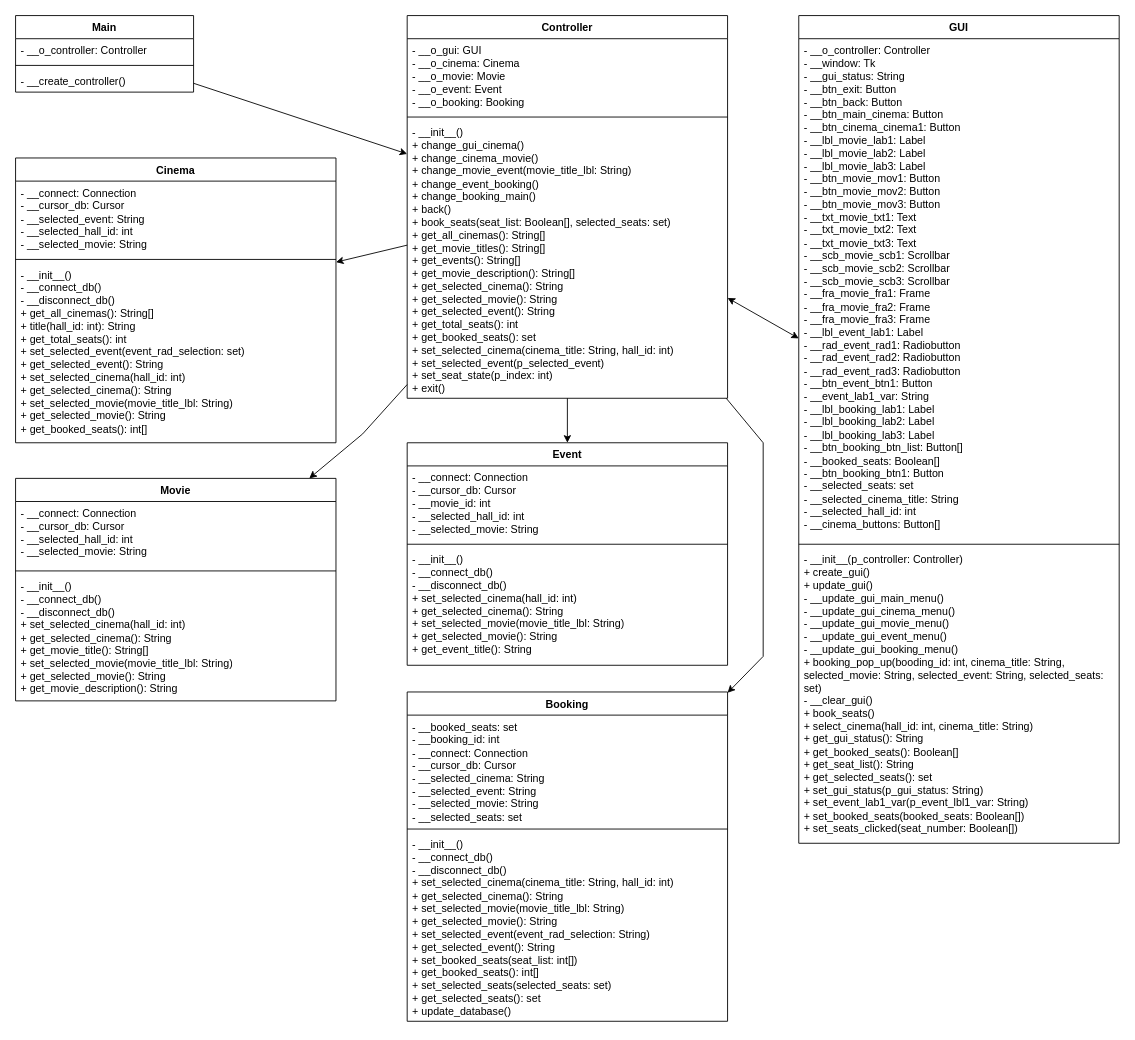
Before: Klassendiagramm Kinobuchungsprogramm.drawio in SirPatschiii/Kinobuchungsprogramm, a draw.io diagram. Source tidied: cells renumbered, new cells numbered last; positions are measured from the earlier drawing's top-left corner, leaving out a move shared by most shapes. Both pictures are drawn from the tidied source at 89%, with x=0, y=0 at pixel (15, 15).
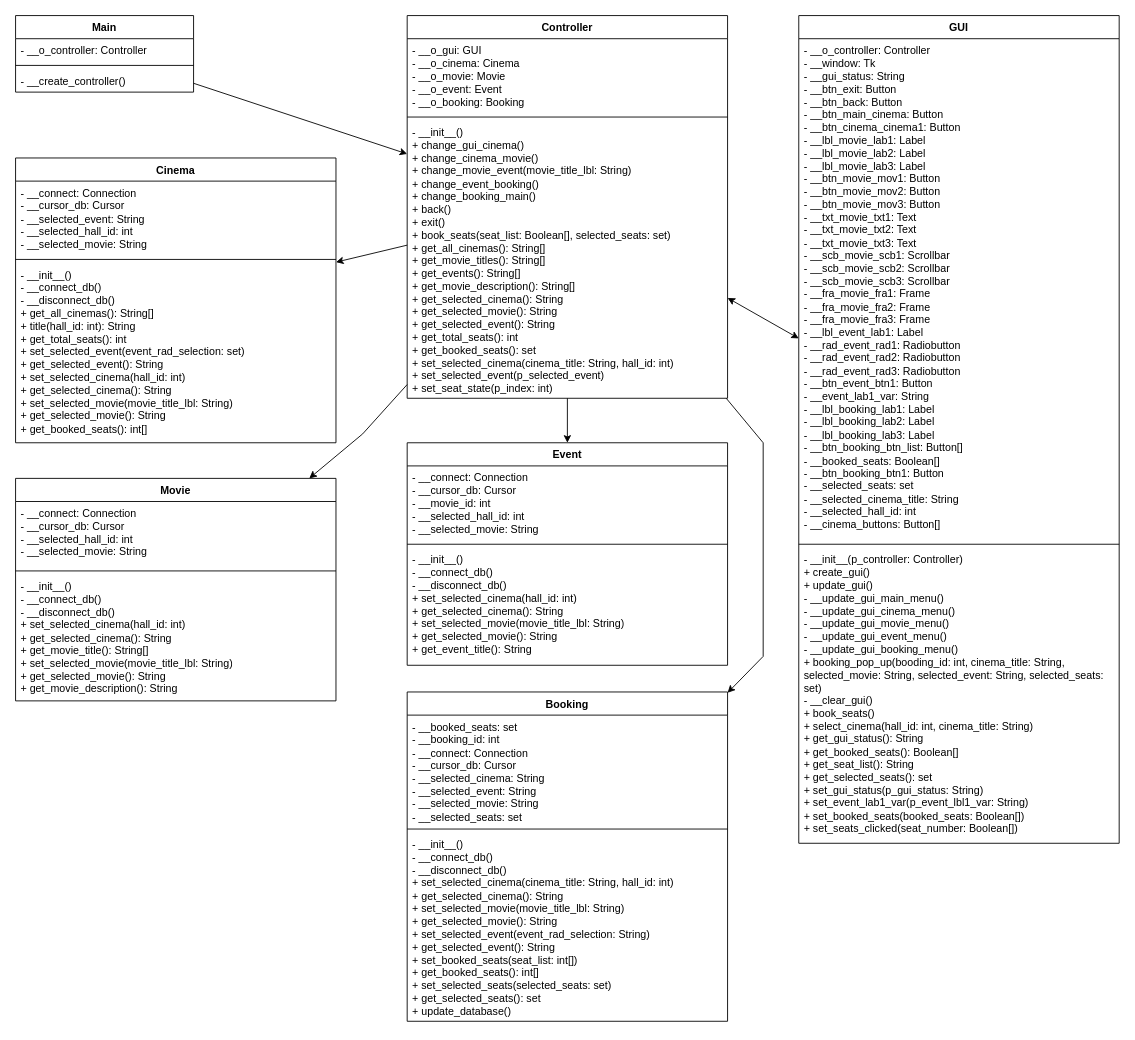
After the change.

Unchanged cells that the change refers to:
```xml
<mxCell id="2" value="Controller" style="swimlane;fontStyle=1;align=center;verticalAlign=top;horizontal=1;startSize=26;whiteSpace=wrap;html=1;" parent="1" vertex="1">
  <mxGeometry x="440" width="360" height="430" as="geometry" />
</mxCell>
```

Diff of the diagram source:
```diff
@@
-    <mxCell id="5" value="- __init__()&lt;br&gt;+ change_gui_cinema()&lt;br&gt;+ change_cinema_movie()&lt;br&gt;+ change_movie_event(movie_title_lbl: String)&lt;br&gt;+ change_event_booking()&lt;br&gt;+ change_booking_main()&lt;br&gt;+ back()&lt;br&gt;+ book_seats(seat_list: Boolean[], selected_seats: set)&lt;br&gt;+ get_all_cinemas(): String[]&lt;br&gt;+ get_movie_titles(): String[]&lt;br&gt;+ get_events(): String[]&lt;br&gt;+ get_movie_description(): String[]&lt;br&gt;+ get_selected_cinema(): String&lt;br&gt;+ get_selected_movie(): String&lt;br&gt;+ get_selected_event(): String&lt;br&gt;+ get_total_seats(): int&lt;br&gt;+ get_booked_seats(): set&lt;br&gt;+ set_selected_cinema(cinema_title: String, hall_id: int)&lt;br&gt;+ set_selected_event(p_selected_event)&lt;br&gt;+ set_seat_state(p_index: int)&lt;br&gt;+ exit()" style="text;strokeColor=none;fillColor=none;align=left;verticalAlign=top;spacingLeft=4;spacingRight=4;overflow=hidden;whiteSpace=wrap;html=1;" parent="2" vertex="1">
+    <mxCell id="5" value="- __init__()&lt;br&gt;+ change_gui_cinema()&lt;br&gt;+ change_cinema_movie()&lt;br&gt;+ change_movie_event(movie_title_lbl: String)&lt;br&gt;+ change_event_booking()&lt;br&gt;+ change_booking_main()&lt;br&gt;+ back()&lt;br&gt;+ exit()&lt;br&gt;+ book_seats(seat_list: Boolean[], selected_seats: set)&lt;br&gt;+ get_all_cinemas(): String[]&lt;br&gt;+ get_movie_titles(): String[]&lt;br&gt;+ get_events(): String[]&lt;br&gt;+ get_movie_description(): String[]&lt;br&gt;+ get_selected_cinema(): String&lt;br&gt;+ get_selected_movie(): String&lt;br&gt;+ get_selected_event(): String&lt;br&gt;+ get_total_seats(): int&lt;br&gt;+ get_booked_seats(): set&lt;br&gt;+ set_selected_cinema(cinema_title: String, hall_id: int)&lt;br&gt;+ set_selected_event(p_selected_event)&lt;br&gt;+ set_seat_state(p_index: int)" style="text;strokeColor=none;fillColor=none;align=left;verticalAlign=top;spacingLeft=4;spacingRight=4;overflow=hidden;whiteSpace=wrap;html=1;" parent="2" vertex="1">
       <mxGeometry y="118" width="360" height="312" as="geometry" />
     </mxCell>
```
